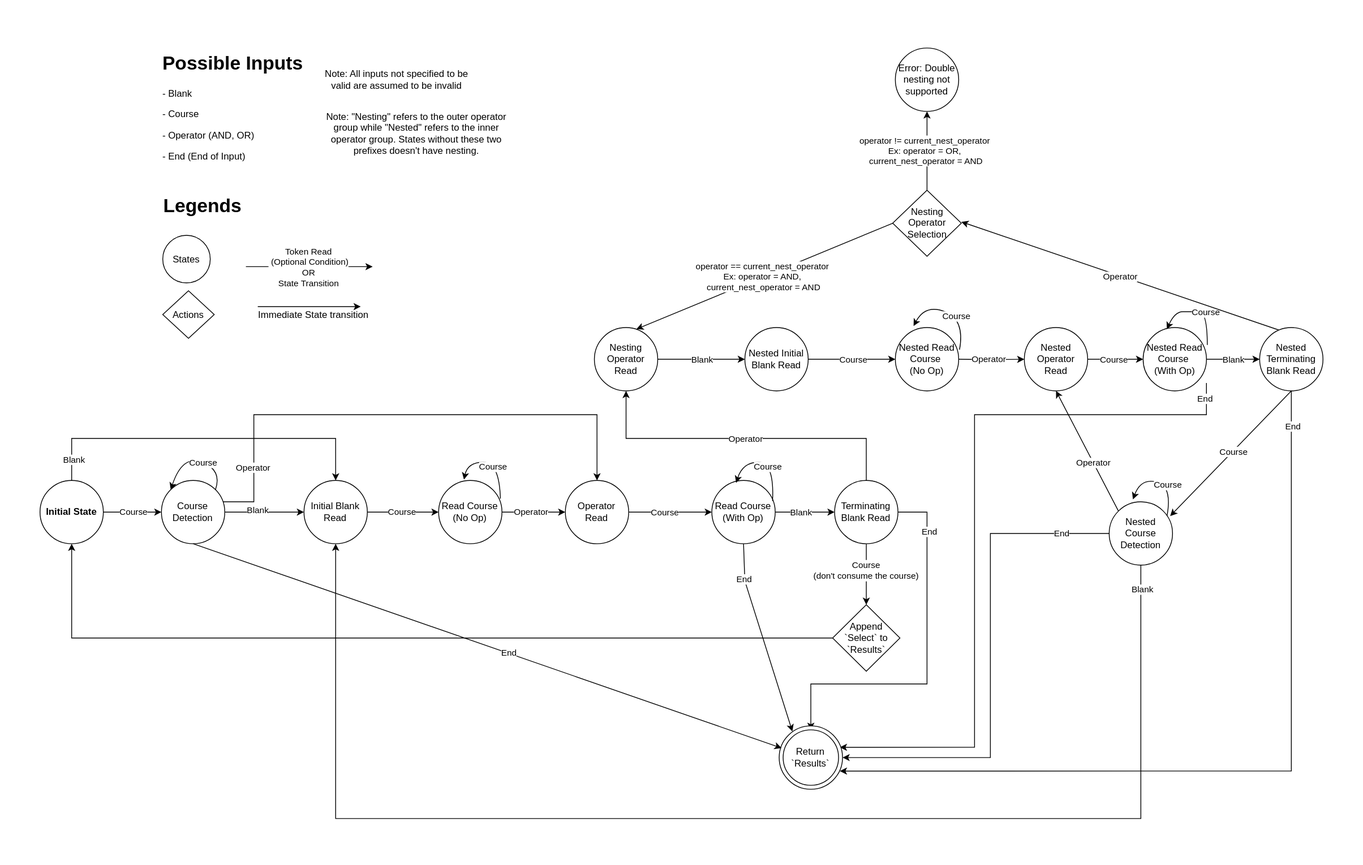
Above: docs/course_parsing_state_machine.svg in sunkit02/vislog (draw.io), before the change. Source tidied: cells renumbered, new cells last; positions are measured from the earlier drawing's top-left corner, leaving out a move shared by most shapes.
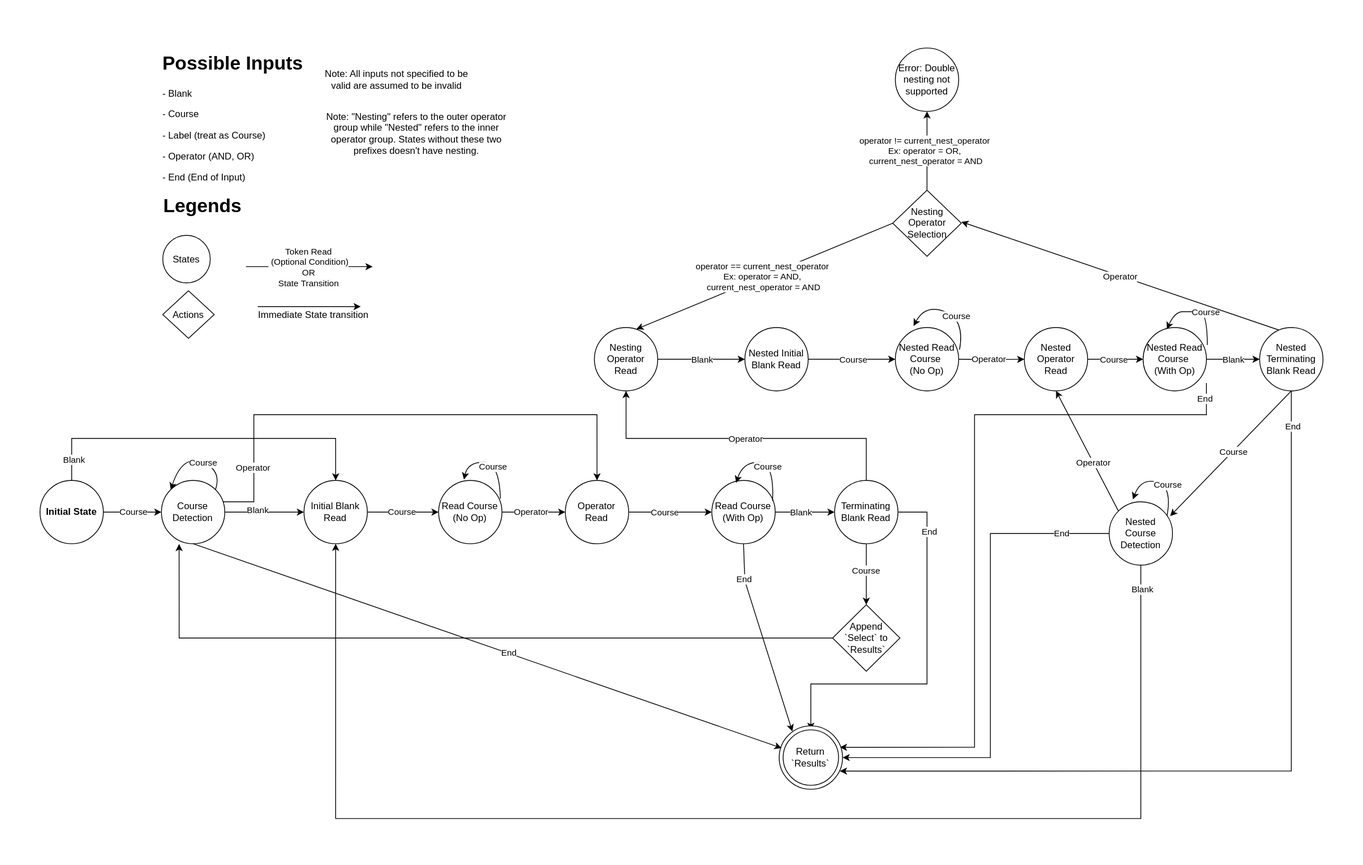
After the commit.

Commit message:
fix: Update `ParseCoursesState` nested variant names and state machine diagram

Diff of the diagram source:
```diff
@@ -63,13 +63,13 @@
     <mxCell id="17" value="Operator Read" style="ellipse;whiteSpace=wrap;html=1;" parent="1" vertex="1">
       <mxGeometry x="663.3" y="546" width="80" height="80" as="geometry" />
     </mxCell>
-    <mxCell id="18" value="&lt;h1&gt;Possible Inputs&lt;br&gt;&lt;/h1&gt;&lt;p&gt;- Blank&lt;/p&gt;&lt;p&gt;- Course&lt;/p&gt;&lt;p&gt;- Operator (AND, OR)&lt;/p&gt;&lt;p&gt;- End (End of Input)&lt;br&gt;&lt;/p&gt;" style="text;html=1;strokeColor=none;fillColor=none;spacing=5;spacingTop=-20;whiteSpace=wrap;overflow=hidden;rounded=0;" parent="1" vertex="1">
+    <mxCell id="18" value="&lt;h1&gt;Possible Inputs&lt;br&gt;&lt;/h1&gt;&lt;p&gt;- Blank&lt;/p&gt;&lt;p&gt;- Course&lt;/p&gt;&lt;p&gt;- Label (treat as Course)&lt;/p&gt;&lt;p&gt;- Operator (AND, OR)&lt;/p&gt;&lt;p&gt;- End (End of Input)&lt;br&gt;&lt;/p&gt;" style="text;html=1;strokeColor=none;fillColor=none;spacing=5;spacingTop=-20;whiteSpace=wrap;overflow=hidden;rounded=0;" parent="1" vertex="1">
       <mxGeometry x="150" width="190" height="190" as="geometry" />
     </mxCell>
     <mxCell id="19" style="edgeStyle=orthogonalEdgeStyle;rounded=0;jettySize=auto;html=1;exitX=0.5;exitY=1;exitDx=0;exitDy=0;" parent="1" edge="1" source="25" target="76">
       <mxGeometry relative="1" as="geometry" />
     </mxCell>
-    <mxCell id="20" value="&lt;div&gt;Course&lt;/div&gt;&lt;div&gt;(don't consume the course)&lt;br&gt;&lt;/div&gt;" style="edgeLabel;html=1;align=center;verticalAlign=middle;" parent="19" vertex="1">
+    <mxCell id="20" value="&lt;div&gt;Course&lt;/div&gt;" style="edgeLabel;html=1;align=center;verticalAlign=middle;" parent="19" vertex="1">
       <mxGeometry y="-1" relative="1" as="geometry">
         <mxPoint y="-6" as="offset" />
       </mxGeometry>
@@ -314,7 +314,7 @@
     <mxCell id="74" value="Course" style="edgeLabel;html=1;align=center;verticalAlign=middle;" parent="73" vertex="1">
       <mxGeometry x="-0.18" relative="1" as="geometry" />
     </mxCell>
-    <mxCell id="75" style="edgeStyle=orthogonalEdgeStyle;rounded=0;jettySize=auto;html=1;entryX=0.5;entryY=1;entryDx=0;entryDy=0;" parent="1" edge="1" source="76" target="98">
+    <mxCell id="75" style="edgeStyle=orthogonalEdgeStyle;rounded=0;jettySize=auto;html=1;entryX=0.279;entryY=1.003;entryDx=0;entryDy=0;entryPerimeter=0;" parent="1" edge="1" source="76" target="72">
       <mxGeometry relative="1" as="geometry" />
     </mxCell>
     <mxCell id="76" value="Append `Select` to `Results`" style="rhombus;whiteSpace=wrap;html=1;" parent="1" vertex="1">
```
